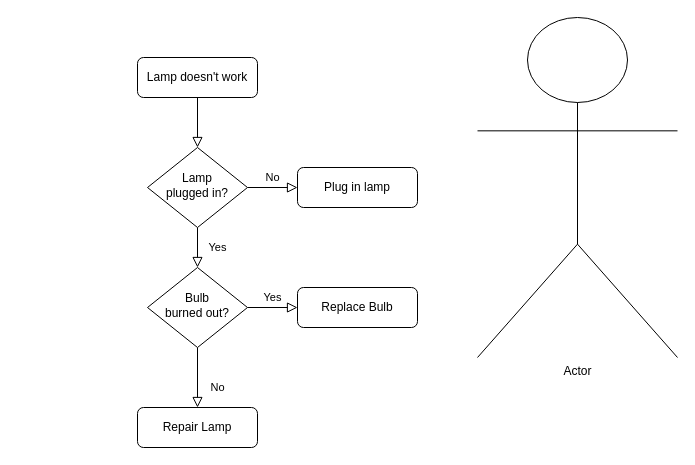
The draw.io diagram Untitled Diagram.drawio in sivaeceb102/RetailFlow, before the edit. Source tidied: cells renumbered, new cells numbered last; positions are measured from the earlier drawing's top-left corner, leaving out a move shared by most shapes. Both pictures are drawn from the tidied source at 100%, with x=0, y=0 at pixel (137, 17).
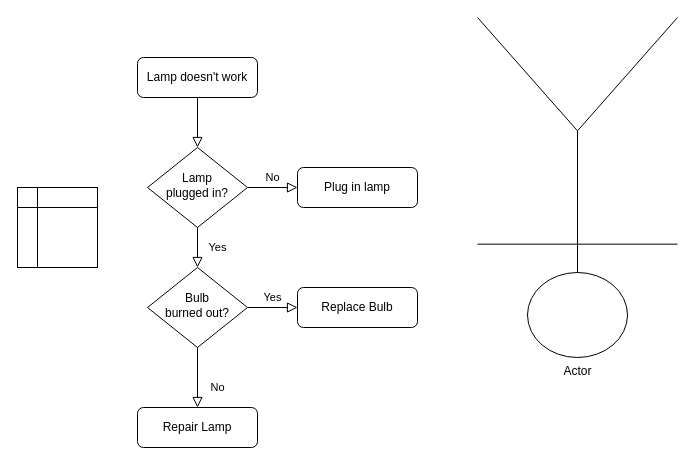
After the change.

The edit, as a diff of the source:
```diff
@@
 <mxGraphModel>
   <root>
     <mxCell id="0" />
     <mxCell id="1" parent="0" />
     <mxCell id="2" style="rounded=0;html=1;jettySize=auto;fontSize=11;endArrow=block;endFill=0;endSize=8;strokeWidth=1;shadow=0;labelBackgroundColor=none;edgeStyle=orthogonalEdgeStyle;" parent="1" edge="1" source="3" target="6">
       <mxGeometry relative="1" as="geometry" />
     </mxCell>
     <mxCell id="3" value="Lamp doesn't work" style="rounded=1;whiteSpace=wrap;html=1;fontSize=12;glass=0;strokeWidth=1;shadow=0;" parent="1" vertex="1">
       <mxGeometry y="40" width="120" height="40" as="geometry" />
     </mxCell>
     <mxCell id="4" value="Yes" style="rounded=0;html=1;jettySize=auto;fontSize=11;endArrow=block;endFill=0;endSize=8;strokeWidth=1;shadow=0;labelBackgroundColor=none;edgeStyle=orthogonalEdgeStyle;" parent="1" edge="1" source="6" target="10">
       <mxGeometry y="20" relative="1" as="geometry" />
     </mxCell>
     <mxCell id="5" value="No" style="edgeStyle=orthogonalEdgeStyle;rounded=0;html=1;jettySize=auto;fontSize=11;endArrow=block;endFill=0;endSize=8;strokeWidth=1;shadow=0;labelBackgroundColor=none;" parent="1" edge="1" source="6" target="7">
       <mxGeometry y="10" relative="1" as="geometry" />
     </mxCell>
     <mxCell id="6" value="Lamp&lt;br&gt;plugged in?" style="rhombus;whiteSpace=wrap;html=1;shadow=0;fontFamily=Helvetica;fontSize=12;align=center;strokeWidth=1;spacing=6;spacingTop=-4;" parent="1" vertex="1">
       <mxGeometry x="10" y="130" width="100" height="80" as="geometry" />
     </mxCell>
     <mxCell id="7" value="Plug in lamp" style="rounded=1;whiteSpace=wrap;html=1;fontSize=12;glass=0;strokeWidth=1;shadow=0;" parent="1" vertex="1">
       <mxGeometry x="160" y="150" width="120" height="40" as="geometry" />
     </mxCell>
     <mxCell id="8" value="No" style="rounded=0;html=1;jettySize=auto;fontSize=11;endArrow=block;endFill=0;endSize=8;strokeWidth=1;shadow=0;labelBackgroundColor=none;edgeStyle=orthogonalEdgeStyle;" parent="1" edge="1" source="10" target="11">
       <mxGeometry x="0.33" y="20" relative="1" as="geometry" />
     </mxCell>
     <mxCell id="9" value="Yes" style="edgeStyle=orthogonalEdgeStyle;rounded=0;html=1;jettySize=auto;fontSize=11;endArrow=block;endFill=0;endSize=8;strokeWidth=1;shadow=0;labelBackgroundColor=none;" parent="1" edge="1" source="10" target="12">
       <mxGeometry y="10" relative="1" as="geometry" />
     </mxCell>
     <mxCell id="10" value="Bulb&lt;br&gt;burned out?" style="rhombus;whiteSpace=wrap;html=1;shadow=0;fontFamily=Helvetica;fontSize=12;align=center;strokeWidth=1;spacing=6;spacingTop=-4;" parent="1" vertex="1">
       <mxGeometry x="10" y="250" width="100" height="80" as="geometry" />
     </mxCell>
     <mxCell id="11" value="Repair Lamp" style="rounded=1;whiteSpace=wrap;html=1;fontSize=12;glass=0;strokeWidth=1;shadow=0;" parent="1" vertex="1">
       <mxGeometry y="390" width="120" height="40" as="geometry" />
     </mxCell>
     <mxCell id="12" value="Replace Bulb" style="rounded=1;whiteSpace=wrap;html=1;fontSize=12;glass=0;strokeWidth=1;shadow=0;" parent="1" vertex="1">
       <mxGeometry x="160" y="270" width="120" height="40" as="geometry" />
     </mxCell>
-    <mxCell id="13" value="Actor" style="shape=umlActor;verticalLabelPosition=bottom;verticalAlign=top;html=1;" parent="1" vertex="1">
+    <mxCell id="13" value="Actor" style="shape=umlActor;verticalLabelPosition=bottom;verticalAlign=top;html=1;direction=west;" parent="1" vertex="1">
       <mxGeometry x="340" width="200" height="340" as="geometry" />
     </mxCell>
+    <mxCell id="14" style="shape=internalStorage;whiteSpace=wrap;html=1;backgroundOutline=1;" parent="1" vertex="1">
+      <mxGeometry x="-120" y="170" width="80" height="80" as="geometry" />
+    </mxCell>
   </root>
 </mxGraphModel>
```
